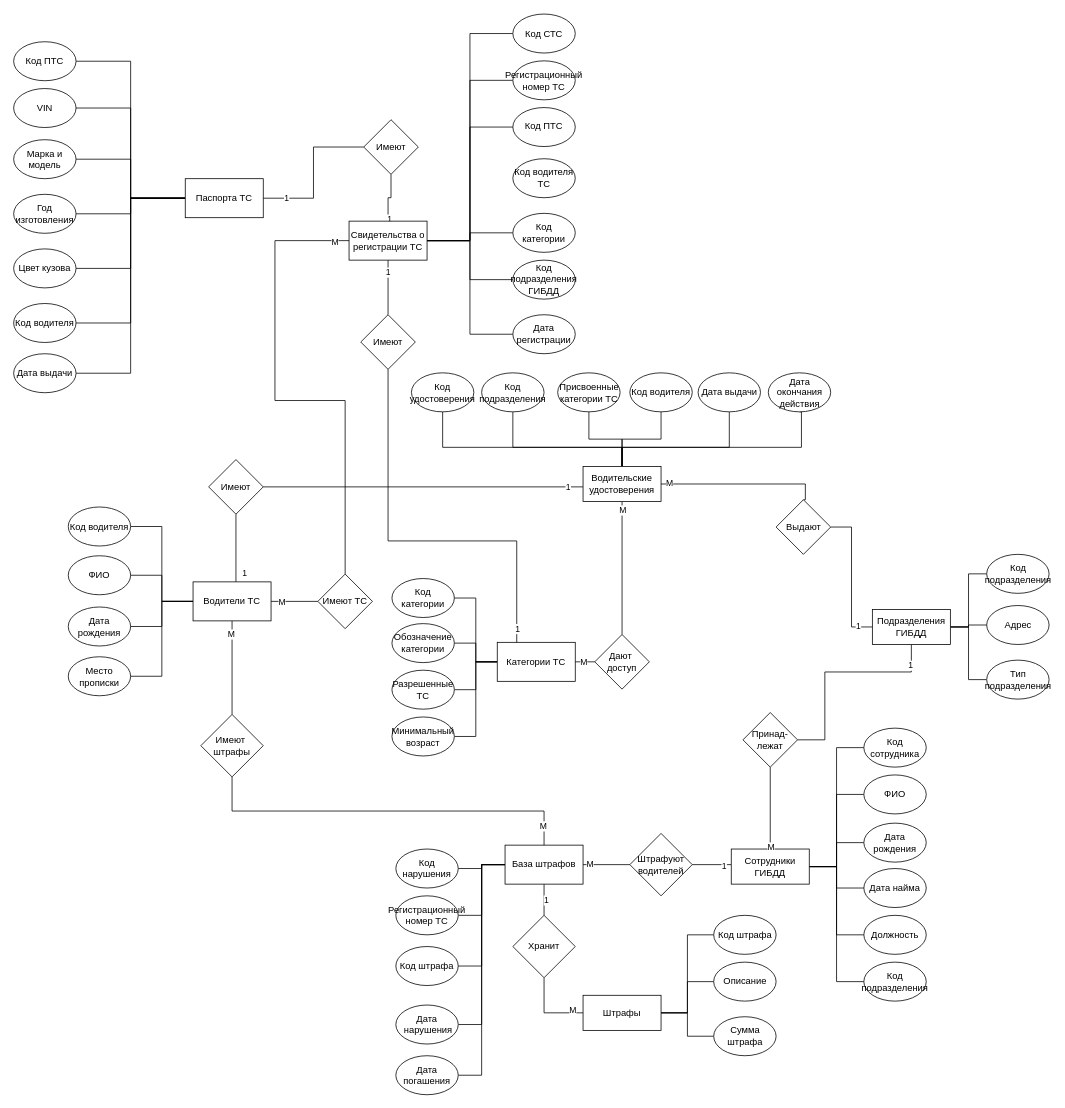
Earlier version of the draw.io diagram RelateModel.drawio (duahifnv/TrafficInspectionApp). Source tidied: cells renumbered, new cells numbered last; positions are measured from the earlier drawing's top-left corner, leaving out a move shared by most shapes. Both pictures are drawn from the tidied source at 78%, with x=0, y=0 at pixel (13, 13).
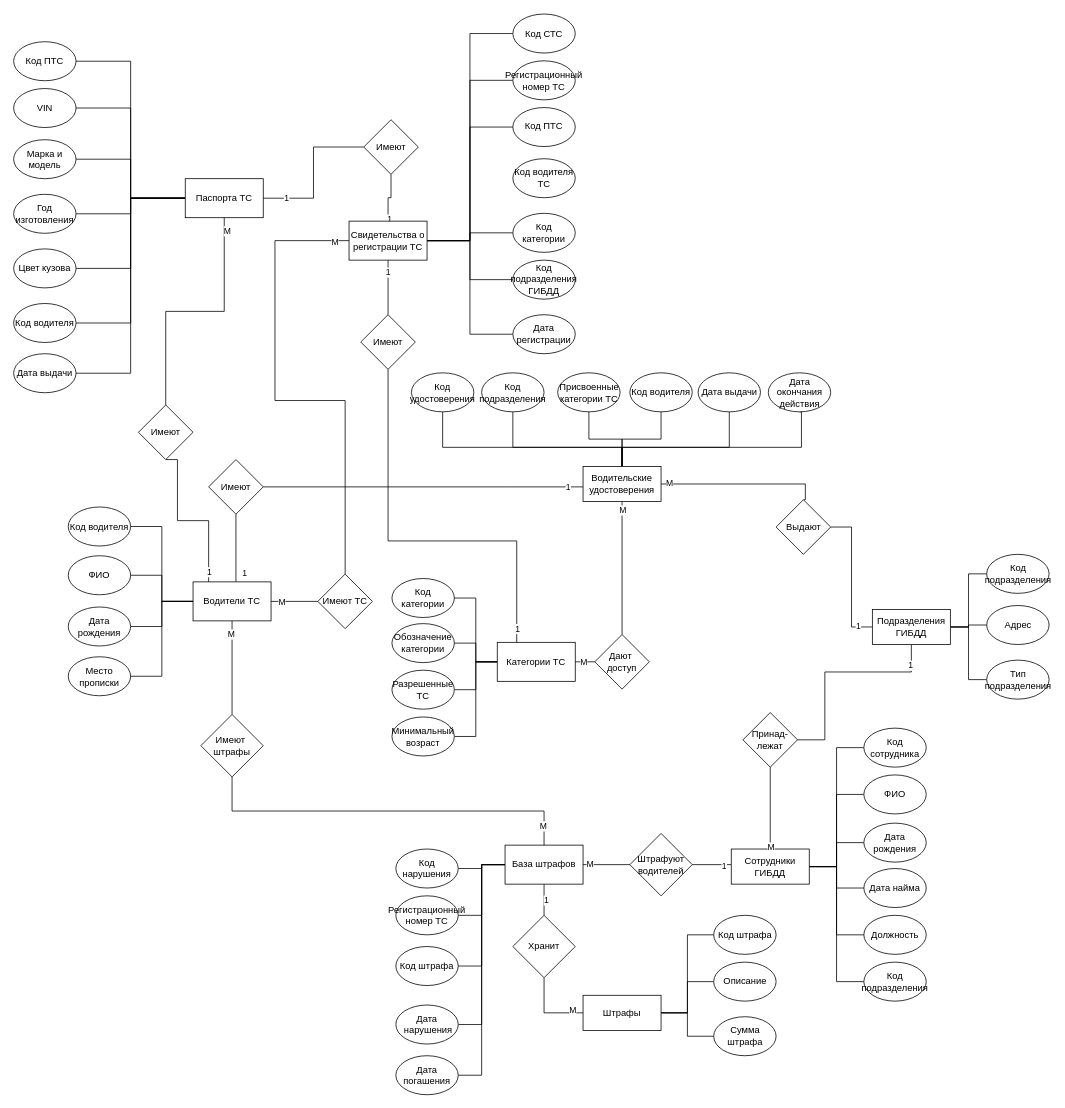
The same page after the edit.

The change refers to these unchanged cells:
```xml
<mxCell id="30" value="Водители ТС" style="rounded=0;whiteSpace=wrap;html=1;" parent="1" vertex="1">
  <mxGeometry x="230" y="728.5" width="100" height="50" as="geometry" />
</mxCell>
<mxCell id="107" value="Паспорта ТС" style="rounded=0;whiteSpace=wrap;html=1;" parent="1" vertex="1">
  <mxGeometry x="220" y="211.6" width="100" height="50" as="geometry" />
</mxCell>
```

What changed in the source:
```diff
@@
+    <mxCell id="150" style="edgeStyle=orthogonalEdgeStyle;rounded=0;jettySize=auto;html=1;entryX=0.5;entryY=1;entryDx=0;entryDy=0;endArrow=none;endFill=0;" parent="1" edge="1" source="30" target="154">
+      <mxGeometry relative="1" as="geometry">
+        <Array as="points">
+          <mxPoint x="250" y="650" />
+          <mxPoint x="210" y="650" />
+          <mxPoint x="210" y="572" />
+        </Array>
+      </mxGeometry>
+    </mxCell>
+    <mxCell id="151" value="1" style="edgeLabel;html=1;align=center;verticalAlign=middle;" parent="150" vertex="1">
+      <mxGeometry x="-0.87" relative="1" as="geometry">
+        <mxPoint y="1" as="offset" />
+      </mxGeometry>
+    </mxCell>
@@
+    <mxCell id="152" style="edgeStyle=orthogonalEdgeStyle;rounded=0;jettySize=auto;html=1;entryX=0.5;entryY=1;entryDx=0;entryDy=0;endArrow=none;endFill=0;" parent="1" edge="1" source="154" target="107">
+      <mxGeometry relative="1" as="geometry" />
+    </mxCell>
+    <mxCell id="153" value="M" style="edgeLabel;html=1;align=center;verticalAlign=middle;" parent="152" vertex="1">
+      <mxGeometry x="0.89" y="-3" relative="1" as="geometry" />
+    </mxCell>
+    <mxCell id="154" value="Имеют" style="rhombus;whiteSpace=wrap;html=1;" parent="1" vertex="1">
+      <mxGeometry x="160" y="501.7" width="70" height="70" as="geometry" />
+    </mxCell>
```
